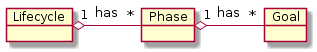
Above: resources/lifecycle.png in sambatriste/maven3-tutorial (PlantUML), before the change. The source it was exported from:
```plantuml
@startuml
object Lifecycle
object Phase
object Goal

Lifecycle "1" o- "*" Phase : has
Phase "1" o- "*" Goal : has

@enduml
```
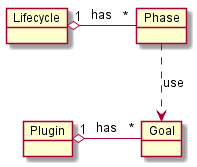
Above is the later version.

Diff of the diagram source:
```diff
@@ -2,8 +2,10 @@
 object Lifecycle
 object Phase
 object Goal
+object Plugin
 
 Lifecycle "1" o- "*" Phase : has
-Phase "1" o- "*" Goal : has
+Plugin "1" o- "*" Goal :has
+Phase  ..>  Goal : use
 
 @enduml
```
